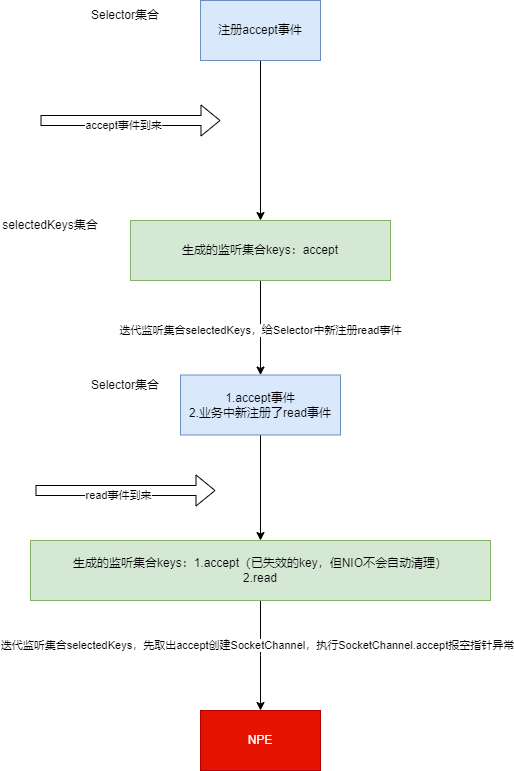
Above: NIO处理accept事件.drawio.png in lyflexi/draw.io-online (draw.io), before the change. Source tidied: cells renumbered, new cells last; positions are measured from the earlier drawing's top-left corner, leaving out a move shared by most shapes.
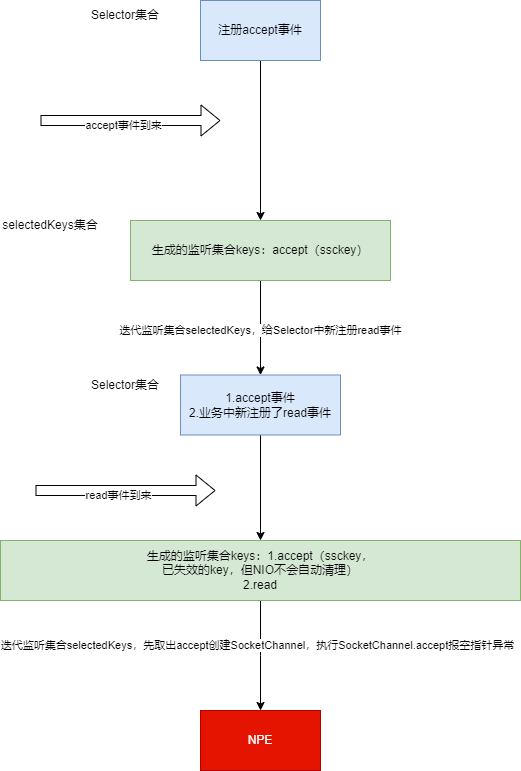
Above is the later version.

Commit message:
更新NIO处理accept事件.drawio.png

Diff of the diagram source:
```diff
@@ -17,7 +17,7 @@
     <mxCell id="6" value="迭代监听集合selectedKeys，给Selector中新注册read事件" style="edgeLabel;html=1;align=center;verticalAlign=middle;" parent="5" vertex="1">
       <mxGeometry x="0.04" y="-1" relative="1" as="geometry" />
     </mxCell>
-    <mxCell id="7" value="生成的监听集合keys：accept" style="rounded=0;whiteSpace=wrap;html=1;fillColor=#d5e8d4;strokeColor=#82b366;" parent="1" vertex="1">
+    <mxCell id="7" value="生成的监听集合keys：accept（ssckey）" style="rounded=0;whiteSpace=wrap;html=1;fillColor=#d5e8d4;strokeColor=#82b366;" parent="1" vertex="1">
       <mxGeometry x="130" y="220" width="260" height="60" as="geometry" />
     </mxCell>
     <mxCell id="8" value="selectedKeys集合" style="text;html=1;strokeColor=none;fillColor=none;align=center;verticalAlign=middle;whiteSpace=wrap;rounded=0;" parent="1" vertex="1">
@@ -31,8 +31,8 @@
     <mxCell id="10" value="迭代监听集合selectedKeys，先取出accept创建SocketChannel，执行SocketChannel.accept报空指针异常" style="edgeLabel;html=1;align=center;verticalAlign=middle;" parent="9" vertex="1">
       <mxGeometry x="-0.2" y="-4" relative="1" as="geometry" />
     </mxCell>
-    <mxCell id="11" value="生成的监听集合keys：1.accept（已失效的key，但NIO不会自动清理）&lt;br&gt;2.read" style="rounded=0;whiteSpace=wrap;html=1;fillColor=#d5e8d4;strokeColor=#82b366;" parent="1" vertex="1">
-      <mxGeometry x="30" y="540" width="460" height="60" as="geometry" />
+    <mxCell id="11" value="生成的监听集合keys：1.accept（ssckey，&lt;br&gt;已失效的key，但NIO不会自动清理）&lt;br&gt;2.read" style="rounded=0;whiteSpace=wrap;html=1;fillColor=#d5e8d4;strokeColor=#82b366;" parent="1" vertex="1">
+      <mxGeometry y="540" width="520" height="60" as="geometry" />
     </mxCell>
     <mxCell id="12" style="shape=flexArrow;endArrow=classic;html=1;rounded=0;" parent="1" edge="1">
       <mxGeometry relative="1" as="geometry">
```
